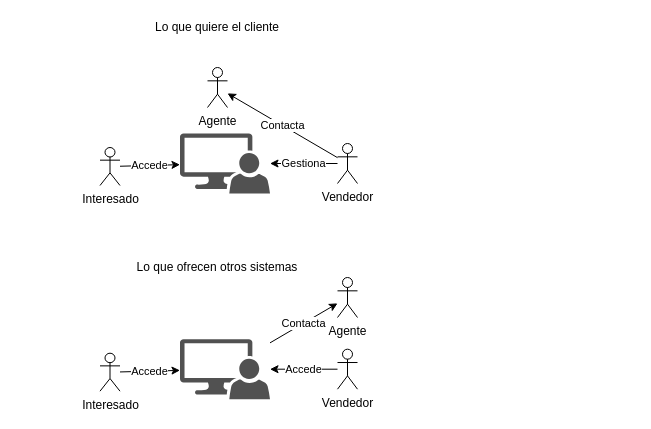
golmenero/tfg_inmobiliaria keeps this draw.io diagram as MATERIAL/Esquemas/DRAWIO/Defensa_Sistemas_Similares.drawio. Above is the earlier version. Source tidied: cells renumbered, new cells numbered last; positions are measured from the earlier drawing's top-left corner, leaving out a move shared by most shapes. Both pictures are drawn from the tidied source at 100%, with x=0, y=0 at pixel (99, 17). Pictures stored in the file or linked from it are replaced by grey dashed boxes.
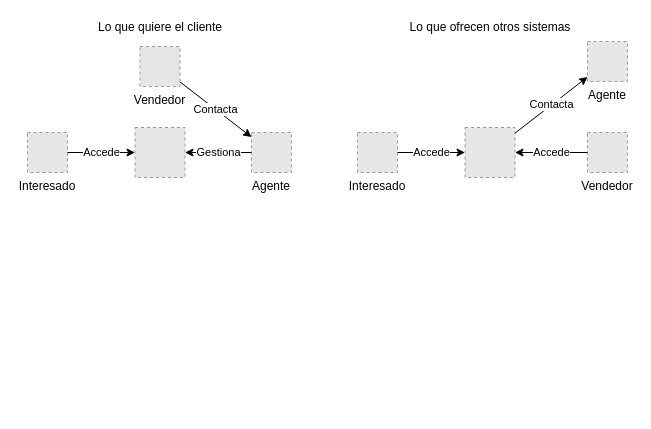
After the change.

Commit message (it also covers changes not shown here):
Presentacion Defensa

Change to the diagram source:
```diff
@@
 <mxGraphModel>
   <root>
     <mxCell id="0" />
     <mxCell id="1" parent="0" />
-    <mxCell id="2" style="shadow=0;dashed=0;html=1;strokeColor=none;labelPosition=center;verticalLabelPosition=bottom;verticalAlign=top;align=center;fillColor=#515151;shape=mxgraph.mscae.system_center.admin_console;" parent="1" vertex="1">
-      <mxGeometry x="80.5" y="321.7" width="90" height="60" as="geometry" />
-    </mxCell>
-    <mxCell id="3" value="Interesado" style="shape=umlActor;verticalLabelPosition=bottom;labelBackgroundColor=#ffffff;verticalAlign=top;html=1;outlineConnect=0;" parent="1" vertex="1">
-      <mxGeometry x="0.5" y="335.7" width="20" height="38" as="geometry" />
-    </mxCell>
-    <mxCell id="4" value="Accede" style="endArrow=classic;html=1;" parent="1" edge="1" source="3" target="2">
-      <mxGeometry relative="1" as="geometry" />
-    </mxCell>
-    <mxCell id="5" value="Agente" style="shape=umlActor;verticalLabelPosition=bottom;labelBackgroundColor=#ffffff;verticalAlign=top;html=1;outlineConnect=0;" parent="1" vertex="1">
-      <mxGeometry x="238" y="260" width="20" height="40" as="geometry" />
-    </mxCell>
-    <mxCell id="6" value="Accede" style="endArrow=classic;html=1;" parent="1" edge="1" source="8" target="2">
-      <mxGeometry relative="1" as="geometry" />
-    </mxCell>
-    <mxCell id="7" value="Contacta" style="endArrow=classic;html=1;" parent="1" edge="1" source="2" target="5">
-      <mxGeometry relative="1" as="geometry" />
-    </mxCell>
-    <mxCell id="8" value="Vendedor" style="shape=umlActor;verticalLabelPosition=bottom;labelBackgroundColor=#ffffff;verticalAlign=top;html=1;outlineConnect=0;" parent="1" vertex="1">
-      <mxGeometry x="238" y="331.7" width="20" height="40" as="geometry" />
-    </mxCell>
-    <mxCell id="9" style="shadow=0;dashed=0;html=1;strokeColor=none;labelPosition=center;verticalLabelPosition=bottom;verticalAlign=top;align=center;fillColor=#515151;shape=mxgraph.mscae.system_center.admin_console;" parent="1" vertex="1">
-      <mxGeometry x="80.5" y="116" width="90" height="60" as="geometry" />
-    </mxCell>
-    <mxCell id="10" value="Interesado" style="shape=umlActor;verticalLabelPosition=bottom;labelBackgroundColor=#ffffff;verticalAlign=top;html=1;outlineConnect=0;" parent="1" vertex="1">
-      <mxGeometry x="0.5" y="130" width="20" height="38" as="geometry" />
-    </mxCell>
-    <mxCell id="11" value="Accede" style="endArrow=classic;html=1;" parent="1" edge="1" source="10" target="9">
-      <mxGeometry relative="1" as="geometry" />
-    </mxCell>
-    <mxCell id="12" value="Agente" style="shape=umlActor;verticalLabelPosition=bottom;labelBackgroundColor=#ffffff;verticalAlign=top;html=1;outlineConnect=0;" parent="1" vertex="1">
-      <mxGeometry x="108" y="50" width="20" height="40" as="geometry" />
-    </mxCell>
+    <mxCell id="17" value="Lo que quiere el cliente" style="text;html=1;strokeColor=none;fillColor=none;align=center;verticalAlign=middle;whiteSpace=wrap;rounded=0;" parent="1" vertex="1">
+      <mxGeometry x="-23.2" width="167.5" height="20" as="geometry" />
+    </mxCell>
+    <mxCell id="18" value="Interesado" style="fillColor=#E6E6E6;strokeColor=#999999;dashed=1;verticalLabelPosition=bottom;labelBackgroundColor=#ffffff;verticalAlign=top;" parent="1" vertex="1">
+      <mxGeometry x="-72" y="115" width="40" height="40" as="geometry" />
+    </mxCell>
+    <mxCell id="19" value="Vendedor" style="fillColor=#E6E6E6;strokeColor=#999999;dashed=1;verticalLabelPosition=bottom;labelBackgroundColor=#ffffff;verticalAlign=top;" parent="1" vertex="1">
+      <mxGeometry x="40.5" y="29" width="40" height="40" as="geometry" />
+    </mxCell>
+    <mxCell id="20" value="Agente" style="fillColor=#E6E6E6;strokeColor=#999999;dashed=1;verticalLabelPosition=bottom;labelBackgroundColor=#ffffff;verticalAlign=top;" parent="1" vertex="1">
+      <mxGeometry x="152" y="115" width="40" height="40" as="geometry" />
+    </mxCell>
+    <mxCell id="21" style="fillColor=#E6E6E6;strokeColor=#999999;dashed=1;verticalLabelPosition=bottom;labelBackgroundColor=#ffffff;verticalAlign=top;" parent="1" vertex="1">
+      <mxGeometry x="35.5" y="110" width="50" height="50" as="geometry" />
+    </mxCell>
+    <mxCell id="22" value="Contacta" style="endArrow=classic;html=1;" parent="1" edge="1" source="19" target="20">
+      <mxGeometry relative="1" as="geometry" />
+    </mxCell>
-    <mxCell id="13" value="Gestiona" style="endArrow=classic;html=1;" parent="1" edge="1" source="15" target="9">
+    <mxCell id="13" value="Gestiona" style="endArrow=classic;html=1;" parent="1" edge="1" source="20" target="21">
       <mxGeometry relative="1" as="geometry" />
     </mxCell>
-    <mxCell id="14" value="Contacta" style="endArrow=classic;html=1;" parent="1" edge="1" source="15" target="12">
-      <mxGeometry relative="1" as="geometry" />
-    </mxCell>
-    <mxCell id="15" value="Vendedor" style="shape=umlActor;verticalLabelPosition=bottom;labelBackgroundColor=#ffffff;verticalAlign=top;html=1;outlineConnect=0;" parent="1" vertex="1">
-      <mxGeometry x="238" y="126" width="20" height="40" as="geometry" />
-    </mxCell>
+    <mxCell id="23" value="Accede" style="endArrow=classic;html=1;" parent="1" edge="1" source="18" target="21">
+      <mxGeometry relative="1" as="geometry" />
+    </mxCell>
     <mxCell id="16" value="Lo que ofrecen otros sistemas" style="text;html=1;strokeColor=none;fillColor=none;align=center;verticalAlign=middle;whiteSpace=wrap;rounded=0;" parent="1" vertex="1">
-      <mxGeometry x="34.2" y="240" width="167.5" height="20" as="geometry" />
+      <mxGeometry x="306.8" width="167.5" height="20" as="geometry" />
     </mxCell>
-    <mxCell id="17" value="Lo que quiere el cliente" style="text;html=1;strokeColor=none;fillColor=none;align=center;verticalAlign=middle;whiteSpace=wrap;rounded=0;" parent="1" vertex="1">
-      <mxGeometry x="34.2" width="167.5" height="20" as="geometry" />
-    </mxCell>
+    <mxCell id="24" value="Interesado" style="fillColor=#E6E6E6;strokeColor=#999999;dashed=1;verticalLabelPosition=bottom;labelBackgroundColor=#ffffff;verticalAlign=top;" parent="1" vertex="1">
+      <mxGeometry x="258" y="115" width="40" height="40" as="geometry" />
+    </mxCell>
+    <mxCell id="25" value="Vendedor" style="fillColor=#E6E6E6;strokeColor=#999999;dashed=1;verticalLabelPosition=bottom;labelBackgroundColor=#ffffff;verticalAlign=top;" parent="1" vertex="1">
+      <mxGeometry x="488" y="115" width="40" height="40" as="geometry" />
+    </mxCell>
+    <mxCell id="26" value="Agente" style="fillColor=#E6E6E6;strokeColor=#999999;dashed=1;verticalLabelPosition=bottom;labelBackgroundColor=#ffffff;verticalAlign=top;" parent="1" vertex="1">
+      <mxGeometry x="488" y="24" width="40" height="40" as="geometry" />
+    </mxCell>
+    <mxCell id="27" style="fillColor=#E6E6E6;strokeColor=#999999;dashed=1;verticalLabelPosition=bottom;labelBackgroundColor=#ffffff;verticalAlign=top;" parent="1" vertex="1">
+      <mxGeometry x="365.5" y="110" width="50" height="50" as="geometry" />
+    </mxCell>
+    <mxCell id="28" value="Contacta" style="endArrow=classic;html=1;" parent="1" edge="1" source="27" target="26">
+      <mxGeometry relative="1" as="geometry" />
+    </mxCell>
+    <mxCell id="29" value="Accede" style="endArrow=classic;html=1;" parent="1" edge="1" source="25" target="27">
+      <mxGeometry relative="1" as="geometry" />
+    </mxCell>
+    <mxCell id="30" value="Accede" style="endArrow=classic;html=1;" parent="1" edge="1" source="24" target="27">
+      <mxGeometry relative="1" as="geometry" />
+    </mxCell>
   </root>
 </mxGraphModel>
```
